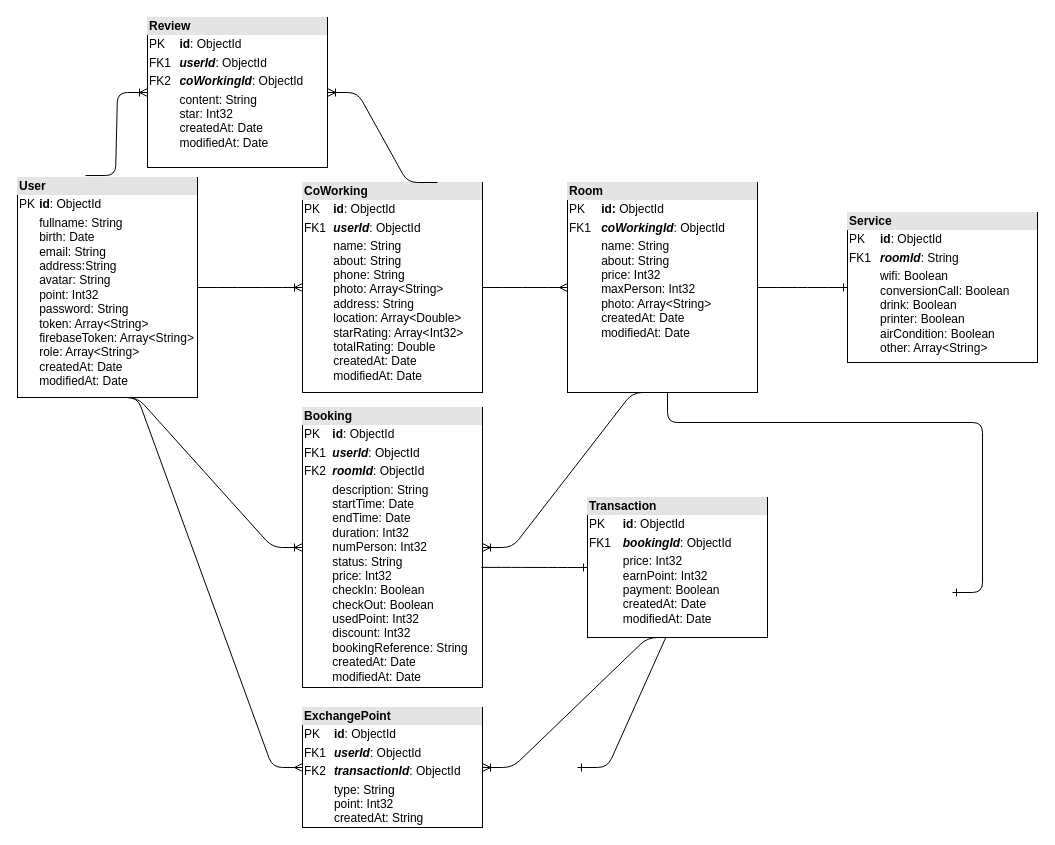
The draw.io diagram Untitled Diagram.drawio in sald17/coex_server, before the edit. Source tidied: cells renumbered, new cells numbered last; positions are measured from the earlier drawing's top-left corner, leaving out a move shared by most shapes. Both pictures are drawn from the tidied source at 100%, with x=0, y=0 at pixel (17, 17).
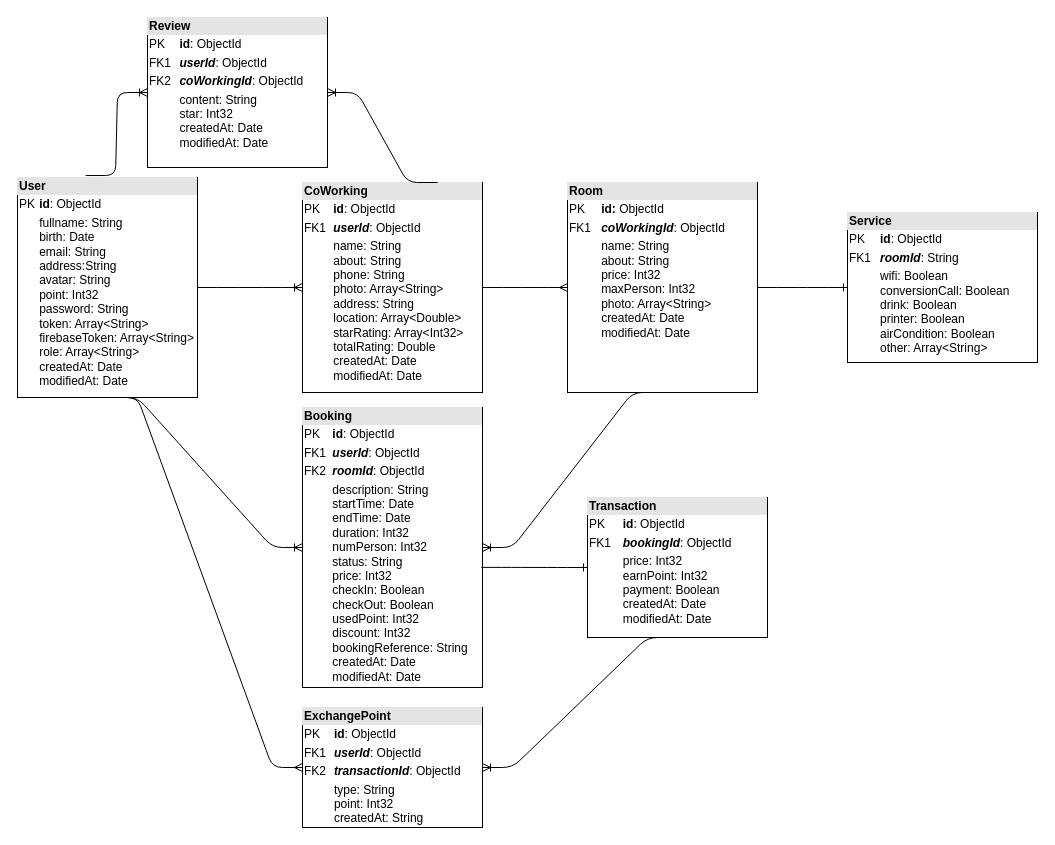
The same page after the edit.

What changed in the source:
```diff
@@
-    <mxCell id="2" style="edgeStyle=entityRelationEdgeStyle;endArrow=ERzeroToMany;startArrow=ERone;endFill=1;startFill=0;" parent="1" edge="1">
-      <mxGeometry relative="1" as="geometry">
-        <mxPoint x="560" y="750" as="sourcePoint" />
-        <mxPoint x="685" y="605" as="targetPoint" />
-      </mxGeometry>
-    </mxCell>
-    <mxCell id="3" style="edgeStyle=entityRelationEdgeStyle;endArrow=ERzeroToMany;startArrow=ERone;endFill=1;startFill=0;" parent="1" edge="1">
-      <mxGeometry relative="1" as="geometry">
-        <mxPoint x="935" y="575" as="sourcePoint" />
-        <mxPoint x="680" y="235" as="targetPoint" />
-      </mxGeometry>
-    </mxCell>
```
